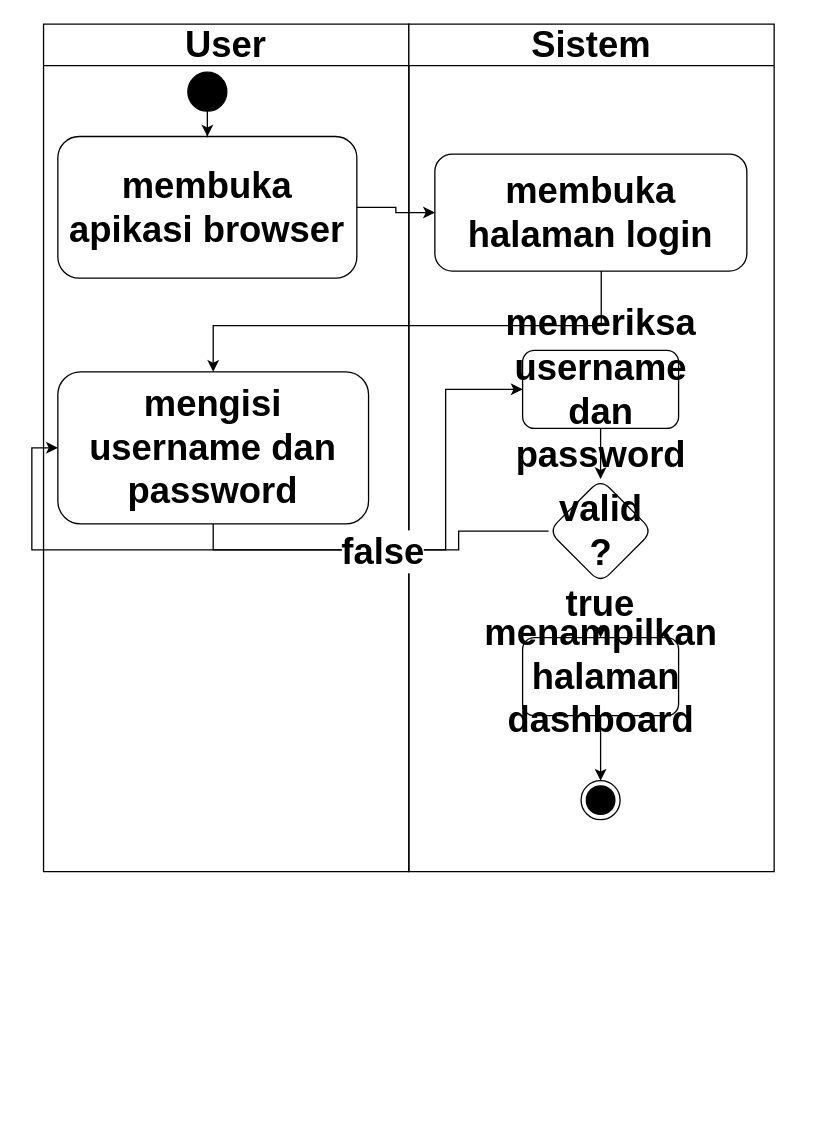
Above: page "Activity Login" (7 of 41) of public/Untitled Diagram.drawio in alinurd/simpanPinjam (draw.io), before the change. Source tidied: cells renumbered, new cells numbered last; positions are measured from the earlier drawing's top-left corner, leaving out a move shared by most shapes. Both pictures are drawn from the tidied source at 130%, with x=0, y=0 at pixel (43, 23).
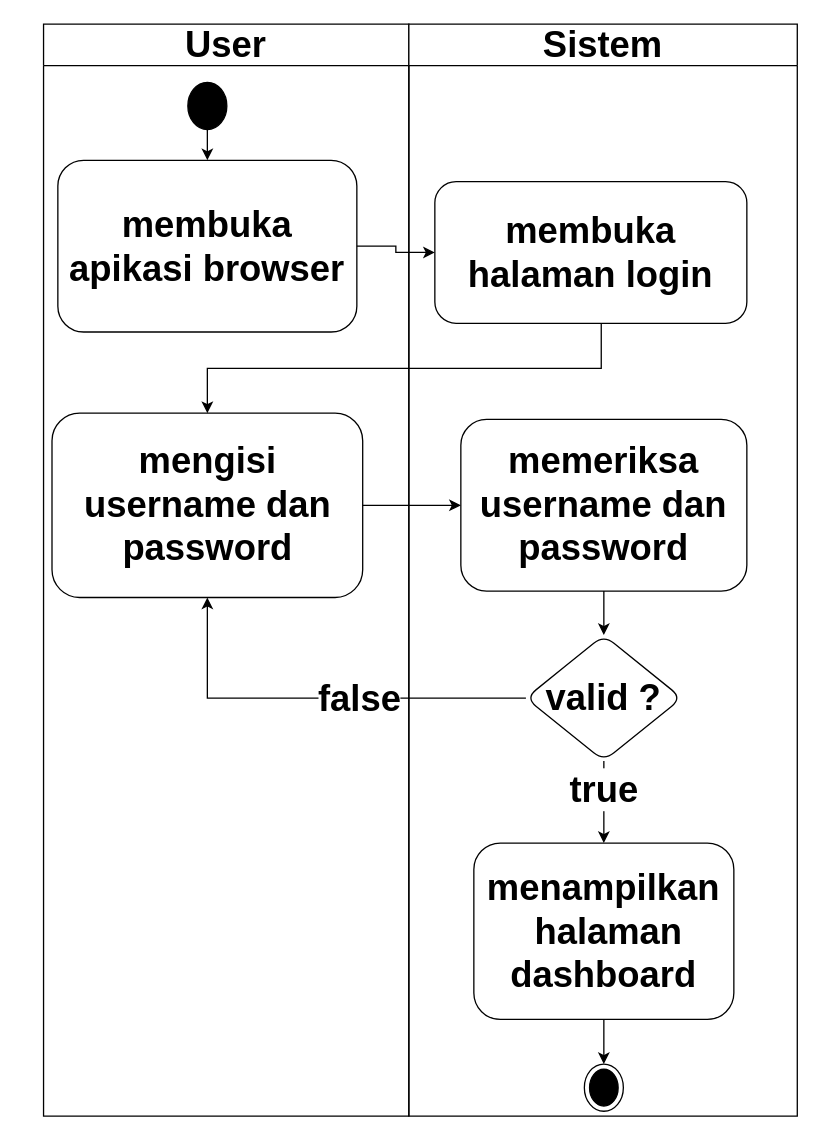
The same diagram, later.

Change to the diagram source:
```diff
@@
     <mxCell id="2" style="group;fontSize=28;fontStyle=1;" parent="1" vertex="1">
-      <mxGeometry width="562" height="652" as="geometry" />
+      <mxGeometry width="579.8" height="840" as="geometry" />
     </mxCell>
     <mxCell id="3" value="User" style="swimlane;whiteSpace=wrap;html=1;fontSize=28;fontStyle=1;startSize=32;" parent="2" vertex="1">
-      <mxGeometry width="281" height="652" as="geometry" />
+      <mxGeometry width="281" height="840" as="geometry" />
     </mxCell>
     <mxCell id="4" value="membuka apikasi browser" style="rounded=1;whiteSpace=wrap;html=1;fontSize=28;fontStyle=1;" parent="3" vertex="1">
-      <mxGeometry x="11" y="86.5" width="230" height="109" as="geometry" />
+      <mxGeometry x="11" y="104.8" width="230" height="132.1" as="geometry" />
     </mxCell>
     <mxCell id="5" value="mengisi username dan password" style="rounded=1;whiteSpace=wrap;html=1;fontSize=28;fontStyle=1;" parent="3" vertex="1">
-      <mxGeometry x="11" y="267.5" width="239" height="117" as="geometry" />
+      <mxGeometry x="6.5" y="299.3" width="239" height="141.8" as="geometry" />
     </mxCell>
@@
     <mxCell id="7" style="ellipse;fillColor=strokeColor;html=1;fontSize=28;fontStyle=1;" parent="3" vertex="1">
-      <mxGeometry x="111" y="37" width="30" height="30" as="geometry" />
+      <mxGeometry x="111" y="44.8" width="30" height="36.3" as="geometry" />
     </mxCell>
     <mxCell id="8" value="Sistem" style="swimlane;whiteSpace=wrap;html=1;fontSize=28;fontStyle=1;startSize=32;" parent="2" vertex="1">
-      <mxGeometry x="281" width="281" height="652" as="geometry" />
+      <mxGeometry x="281" width="298.8" height="840" as="geometry" />
     </mxCell>
     <mxCell id="9" value="membuka halaman login" style="rounded=1;whiteSpace=wrap;html=1;fontSize=28;fontStyle=1;" parent="8" vertex="1">
-      <mxGeometry x="20" y="100" width="240" height="90" as="geometry" />
+      <mxGeometry x="20" y="121.2" width="240" height="109" as="geometry" />
     </mxCell>
@@
     <mxCell id="11" value="memeriksa username dan password" style="rounded=1;whiteSpace=wrap;html=1;fontSize=28;fontStyle=1;" parent="8" vertex="1">
-      <mxGeometry x="87.5" y="251" width="120" height="60" as="geometry" />
+      <mxGeometry x="40" y="304.1" width="220" height="132.1" as="geometry" />
     </mxCell>
@@
     <mxCell id="14" value="valid ?" style="rhombus;whiteSpace=wrap;html=1;rounded=1;fontSize=28;fontStyle=1;" parent="8" vertex="1">
-      <mxGeometry x="107.5" y="350" width="80" height="80" as="geometry" />
+      <mxGeometry x="90" y="470" width="120" height="96.9" as="geometry" />
     </mxCell>
@@
     <mxCell id="16" value="menampilkan&lt;br style=&quot;font-size: 28px;&quot;&gt;&amp;nbsp;halaman dashboard" style="whiteSpace=wrap;html=1;rounded=1;fontSize=28;fontStyle=1;" parent="8" vertex="1">
-      <mxGeometry x="87.5" y="472" width="120" height="60" as="geometry" />
+      <mxGeometry x="50" y="630" width="200" height="135.7" as="geometry" />
     </mxCell>
     <mxCell id="17" style="ellipse;html=1;shape=endState;fillColor=strokeColor;fontSize=28;fontStyle=1;" parent="8" vertex="1">
-      <mxGeometry x="132.5" y="582" width="30" height="30" as="geometry" />
+      <mxGeometry x="135" y="800" width="30" height="36.3" as="geometry" />
     </mxCell>
@@
     <mxCell id="19" style="edgeStyle=orthogonalEdgeStyle;rounded=0;jettySize=auto;html=1;fontSize=28;fontStyle=1;" parent="2" edge="1" source="9" target="5">
       <mxGeometry relative="1" as="geometry">
         <Array as="points">
-          <mxPoint x="429" y="232" />
+          <mxPoint x="429" y="264.8" />
+          <mxPoint x="126" y="264.8" />
         </Array>
       </mxGeometry>
     </mxCell>
-    <mxCell id="20" style="edgeStyle=orthogonalEdgeStyle;rounded=0;jettySize=auto;html=1;entryX=0;entryY=0.5;entryDx=0;entryDy=0;exitX=0.5;exitY=1;exitDx=0;exitDy=0;fontSize=28;fontStyle=1;" parent="2" edge="1" source="5" target="11">
-      <mxGeometry relative="1" as="geometry" />
-    </mxCell>
-    <mxCell id="21" style="edgeStyle=orthogonalEdgeStyle;rounded=0;jettySize=auto;html=1;entryX=0;entryY=0.5;entryDx=0;entryDy=0;fontSize=28;fontStyle=1;" parent="2" edge="1" source="14" target="5">
+    <mxCell id="21" style="edgeStyle=orthogonalEdgeStyle;rounded=0;jettySize=auto;html=1;entryX=0.5;entryY=1;entryDx=0;entryDy=0;fontSize=28;fontStyle=1;" parent="2" edge="1" source="14" target="5">
       <mxGeometry relative="1" as="geometry" />
     </mxCell>
     <mxCell id="22" value="false" style="edgeLabel;html=1;align=center;verticalAlign=middle;fontSize=28;fontStyle=1;" parent="21" vertex="1">
-      <mxGeometry x="-0.44" y="1" relative="1" as="geometry" />
+      <mxGeometry x="-0.44" y="1" relative="1" as="geometry">
+        <mxPoint x="-39" y="-1" as="offset" />
+      </mxGeometry>
     </mxCell>
+    <mxCell id="20" style="edgeStyle=orthogonalEdgeStyle;rounded=0;jettySize=auto;html=1;" parent="2" edge="1" source="5" target="11">
+      <mxGeometry relative="1" as="geometry" />
+    </mxCell>
```
